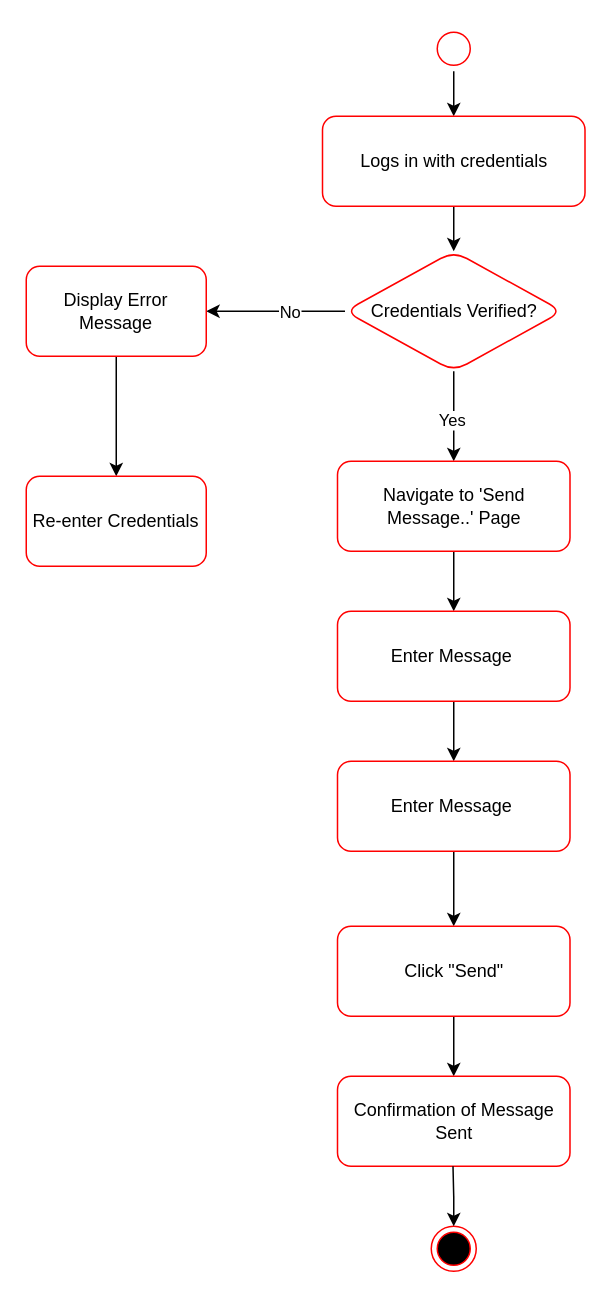
Before: DIAGRAMS/Activity Diagram 1.drawio in 551462-Design-Develop-Deploy-24-25/001-port-individual-software-project-portfolio-MMukhtar1885, a draw.io diagram. Source tidied: cells renumbered, new cells numbered last; positions are measured from the earlier drawing's top-left corner, leaving out a move shared by most shapes. Both pictures are drawn from the tidied source at 150%, with x=0, y=0 at pixel (26, 26).
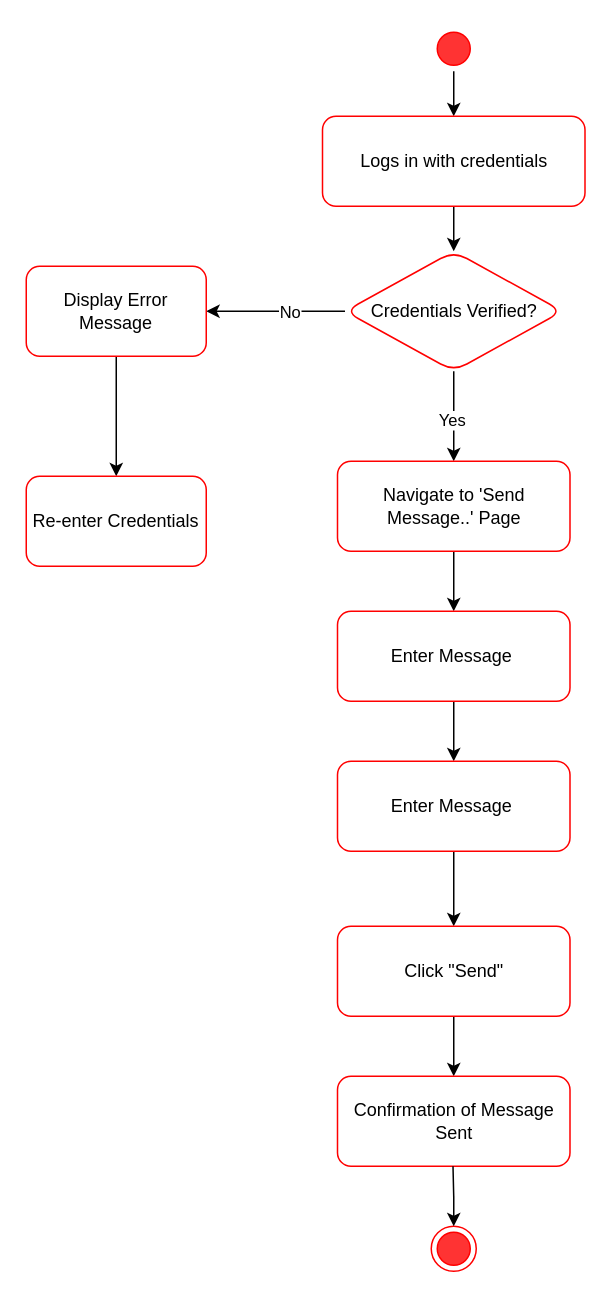
The same page after the edit.

Change to the diagram source:
```diff
@@
-    <mxCell id="3" style="ellipse;html=1;shape=startState;fillColor=#FFFFFF;strokeColor=#ff0000;" parent="1" vertex="1">
+    <mxCell id="3" style="ellipse;html=1;shape=startState;fillColor=#FF3333;strokeColor=#ff0000;" parent="1" vertex="1">
       <mxGeometry x="270" width="30" height="30" as="geometry" />
     </mxCell>
@@
-    <mxCell id="23" style="ellipse;html=1;shape=endState;fillColor=#000000;strokeColor=#ff0000;" parent="1" vertex="1">
+    <mxCell id="23" style="ellipse;html=1;shape=endState;fillColor=#FF3333;strokeColor=#ff0000;" parent="1" vertex="1">
       <mxGeometry x="270" y="800" width="30" height="30" as="geometry" />
     </mxCell>
```
